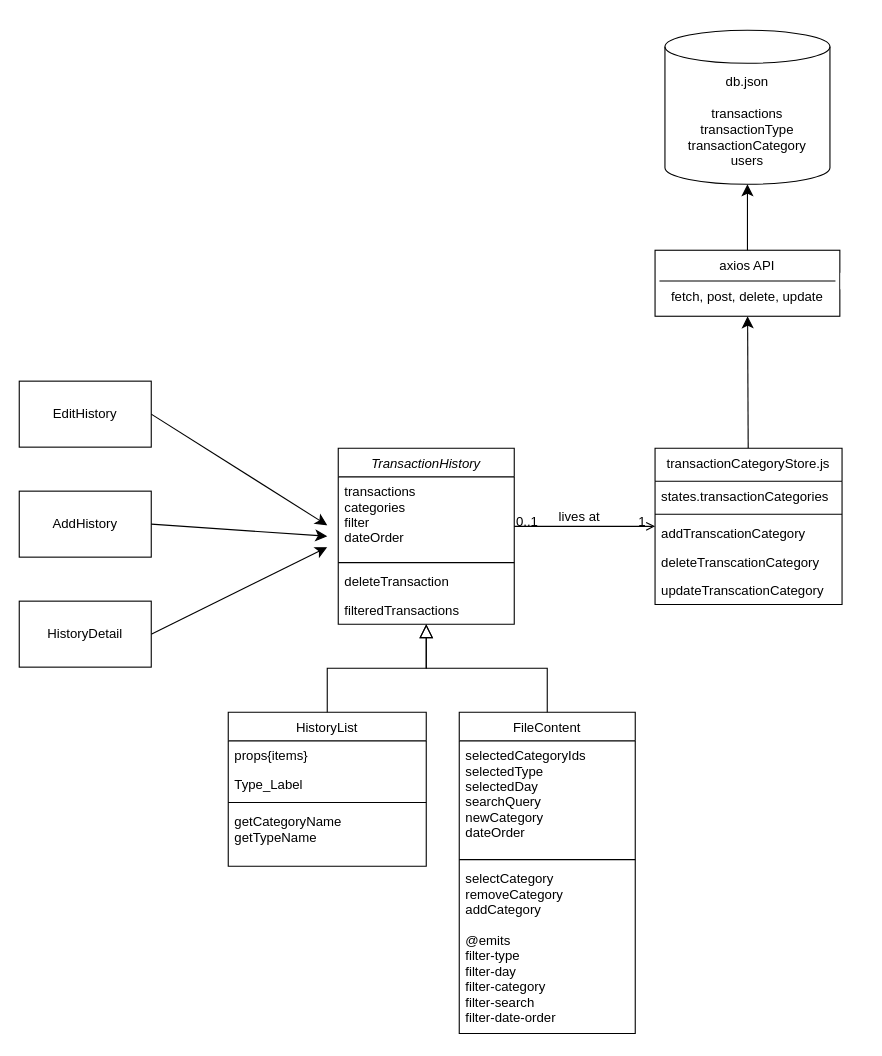
The draw.io diagram src/Untitled Diagram.drawio in Ahranah/vue-skeleton, before the edit. Source tidied: cells renumbered, new cells numbered last; positions are measured from the earlier drawing's top-left corner, leaving out a move shared by most shapes. Both pictures are drawn from the tidied source at 110%, with x=0, y=0 at pixel (19, 30).
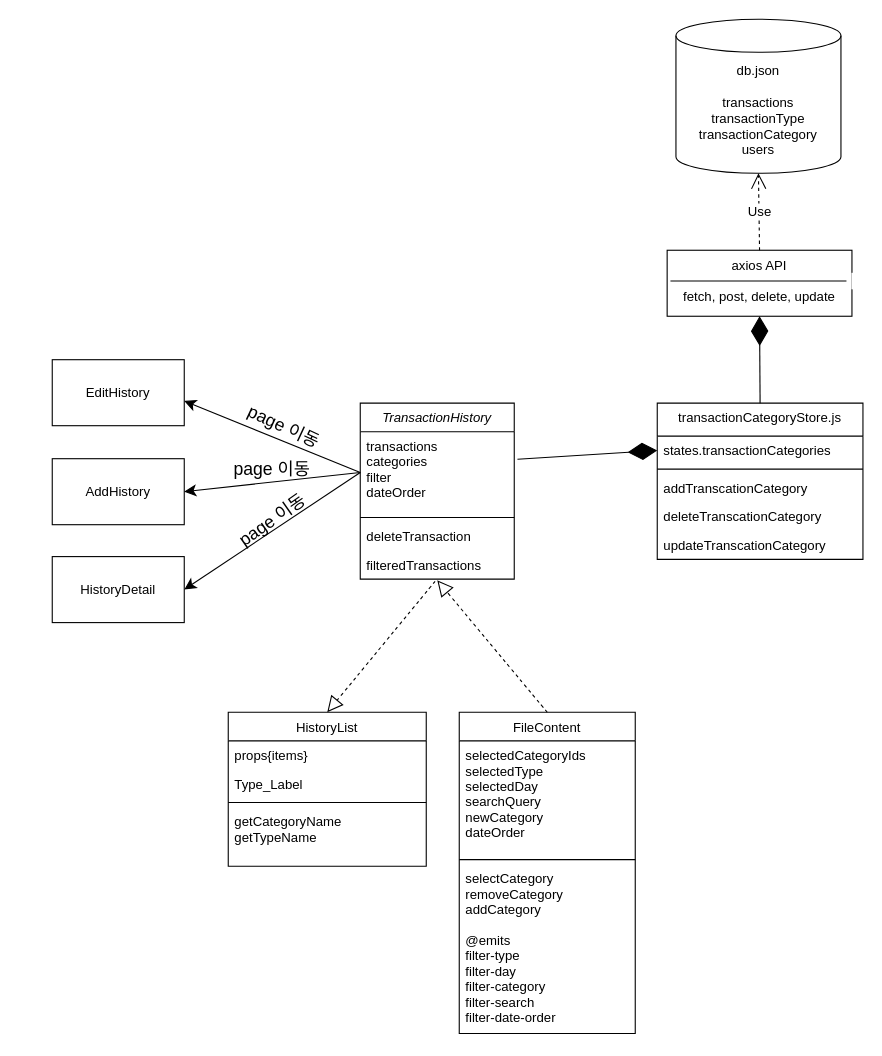
The same diagram, later.

The change refers to these unchanged cells:
```xml
<mxCell id="7" value="HistoryList" style="swimlane;fontStyle=0;align=center;verticalAlign=top;horizontal=1;startSize=26;rounded=0;shadow=0;strokeWidth=1;" parent="1" vertex="1">
  <mxGeometry x="190" y="620" width="180" height="140" as="geometry" />
</mxCell>
<mxCell id="13" value="FileContent" style="swimlane;fontStyle=0;align=center;verticalAlign=top;horizontal=1;startSize=26;rounded=0;shadow=0;strokeWidth=1;" parent="1" vertex="1">
  <mxGeometry x="400" y="620" width="160" height="292" as="geometry" />
</mxCell>
```

Diff of the diagram source:
```diff
@@
     <mxCell id="2" value="TransactionHistory" style="swimlane;fontStyle=2;align=center;verticalAlign=top;horizontal=1;startSize=26;rounded=0;shadow=0;strokeWidth=1;" parent="1" vertex="1">
-      <mxGeometry x="290" y="380" width="160" height="160" as="geometry" />
+      <mxGeometry x="310" y="339" width="140" height="160" as="geometry" />
     </mxCell>
     <mxCell id="3" value="transactions&#10;categories&#10;filter&#10;dateOrder" style="text;align=left;verticalAlign=top;spacingLeft=4;spacingRight=4;overflow=hidden;points=[[0,0.5],[1,0.5]];portConstraint=eastwest;" parent="2" vertex="1">
-      <mxGeometry y="26" width="160" height="74" as="geometry" />
+      <mxGeometry y="26" width="140" height="74" as="geometry" />
     </mxCell>
     <mxCell id="4" style="line;html=1;strokeWidth=1;align=left;verticalAlign=middle;spacingTop=-1;spacingLeft=3;spacingRight=3;labelPosition=right;" parent="2" vertex="1">
-      <mxGeometry y="100" width="160" height="8" as="geometry" />
+      <mxGeometry y="100" width="140" height="8" as="geometry" />
     </mxCell>
     <mxCell id="5" value="deleteTransaction" style="text;align=left;verticalAlign=top;spacingLeft=4;spacingRight=4;overflow=hidden;rounded=0;shadow=0;html=0;" parent="2" vertex="1">
-      <mxGeometry y="108" width="160" height="26" as="geometry" />
+      <mxGeometry y="108" width="140" height="26" as="geometry" />
     </mxCell>
     <mxCell id="6" value="filteredTransactions" style="text;align=left;verticalAlign=top;spacingLeft=4;spacingRight=4;overflow=hidden;points=[[0,0.5],[1,0.5]];portConstraint=eastwest;" parent="2" vertex="1">
-      <mxGeometry y="134" width="160" height="26" as="geometry" />
+      <mxGeometry y="134" width="140" height="26" as="geometry" />
     </mxCell>
@@
-    <mxCell id="12" style="endArrow=block;endSize=10;endFill=0;shadow=0;strokeWidth=1;rounded=0;curved=0;edgeStyle=elbowEdgeStyle;elbow=vertical;" parent="1" edge="1" source="7" target="2">
-      <mxGeometry relative="1" as="geometry" />
-    </mxCell>
@@
-    <mxCell id="17" style="endArrow=block;endSize=10;endFill=0;shadow=0;strokeWidth=1;rounded=0;curved=0;edgeStyle=elbowEdgeStyle;elbow=vertical;" parent="1" edge="1" source="13" target="2">
-      <mxGeometry relative="1" as="geometry" />
-    </mxCell>
-    <mxCell id="18" style="edgeStyle=none;curved=1;rounded=0;jettySize=auto;html=1;fontSize=12;startSize=8;endSize=8;" parent="1" edge="1" source="19" target="29">
-      <mxGeometry relative="1" as="geometry" />
-    </mxCell>
     <mxCell id="19" value="transactionCategoryStore.js" style="swimlane;fontStyle=0;align=center;verticalAlign=top;horizontal=1;startSize=30;rounded=0;shadow=0;strokeWidth=1;" parent="1" vertex="1">
-      <mxGeometry x="578" y="380" width="170" height="142" as="geometry" />
+      <mxGeometry x="580" y="339" width="187" height="142" as="geometry" />
     </mxCell>
     <mxCell id="20" value="states.transactionCategories" style="text;align=left;verticalAlign=top;spacingLeft=4;spacingRight=4;overflow=hidden;points=[[0,0.5],[1,0.5]];portConstraint=eastwest;" parent="19" vertex="1">
-      <mxGeometry y="30" width="170" height="26" as="geometry" />
+      <mxGeometry y="30" width="187" height="26" as="geometry" />
     </mxCell>
     <mxCell id="21" style="line;html=1;strokeWidth=1;align=left;verticalAlign=middle;spacingTop=-1;spacingLeft=3;spacingRight=3;labelPosition=right;" parent="19" vertex="1">
-      <mxGeometry y="56" width="170" height="8" as="geometry" />
+      <mxGeometry y="56" width="187" height="8" as="geometry" />
     </mxCell>
     <mxCell id="22" value="addTranscationCategory" style="text;align=left;verticalAlign=top;spacingLeft=4;spacingRight=4;overflow=hidden;rounded=0;shadow=0;html=0;" parent="19" vertex="1">
-      <mxGeometry y="64" width="170" height="26" as="geometry" />
+      <mxGeometry y="64" width="187" height="26" as="geometry" />
     </mxCell>
     <mxCell id="23" value="deleteTranscationCategory" style="text;align=left;verticalAlign=top;spacingLeft=4;spacingRight=4;overflow=hidden;rounded=0;shadow=0;html=0;" parent="19" vertex="1">
-      <mxGeometry y="90" width="170" height="26" as="geometry" />
+      <mxGeometry y="90" width="187" height="26" as="geometry" />
     </mxCell>
     <mxCell id="24" value="updateTranscationCategory" style="text;align=left;verticalAlign=top;spacingLeft=4;spacingRight=4;overflow=hidden;rounded=0;shadow=0;html=0;" parent="19" vertex="1">
-      <mxGeometry y="116" width="170" height="26" as="geometry" />
+      <mxGeometry y="116" width="187" height="26" as="geometry" />
     </mxCell>
-    <mxCell id="25" style="endArrow=open;shadow=0;strokeWidth=1;rounded=0;curved=0;endFill=1;edgeStyle=elbowEdgeStyle;elbow=vertical;" parent="1" edge="1" source="2" target="19">
-      <mxGeometry x="0.5" y="41" relative="1" as="geometry">
-        <mxPoint x="-40" y="32" as="offset" />
-      </mxGeometry>
-    </mxCell>
-    <mxCell id="26" value="0..1" style="align=left;verticalAlign=bottom;labelBackgroundColor=none;fontSize=12;" parent="25" vertex="1">
-      <mxGeometry x="-1" relative="1" as="geometry">
-        <mxPoint y="4" as="offset" />
-      </mxGeometry>
-    </mxCell>
-    <mxCell id="27" value="1" style="align=right;verticalAlign=bottom;labelBackgroundColor=none;fontSize=12;" parent="25" vertex="1">
-      <mxGeometry x="1" relative="1" as="geometry">
-        <mxPoint x="-7" y="4" as="offset" />
-      </mxGeometry>
-    </mxCell>
-    <mxCell id="28" value="lives at" style="text;html=1;align=center;verticalAlign=middle;labelBackgroundColor=none;rounded=0;shadow=0;strokeWidth=1;fontSize=12;" parent="25" vertex="1">
-      <mxGeometry x="0.5" y="49" relative="1" as="geometry">
-        <mxPoint x="-38" y="40" as="offset" />
-      </mxGeometry>
-    </mxCell>
     <mxCell id="29" value="axios API&lt;div&gt;&lt;br&gt;&lt;div&gt;fetch, post, delete, update&lt;/div&gt;&lt;/div&gt;" style="whiteSpace=wrap;html=1;verticalAlign=top;fontStyle=0;startSize=26;horizontal=1;rounded=0;shadow=0;strokeWidth=1;" parent="1" vertex="1">
-      <mxGeometry x="578" y="200" width="168" height="60" as="geometry" />
+      <mxGeometry x="589" y="200" width="168" height="60" as="geometry" />
     </mxCell>
     <mxCell id="30" value="AddHistory" style="rounded=0;whiteSpace=wrap;html=1;" parent="1" vertex="1">
-      <mxGeometry y="419" width="120" height="60" as="geometry" />
+      <mxGeometry x="30" y="389.5" width="120" height="60" as="geometry" />
     </mxCell>
     <mxCell id="31" value="EditHistory" style="rounded=0;whiteSpace=wrap;html=1;" parent="1" vertex="1">
-      <mxGeometry y="319" width="120" height="60" as="geometry" />
+      <mxGeometry x="30" y="299.5" width="120" height="60" as="geometry" />
     </mxCell>
-    <mxCell id="32" style="edgeStyle=none;curved=1;rounded=0;jettySize=auto;html=1;exitX=1;exitY=0.5;exitDx=0;exitDy=0;fontSize=12;startSize=8;endSize=8;" parent="1" edge="1" source="33">
-      <mxGeometry relative="1" as="geometry">
-        <mxPoint x="280" y="470" as="targetPoint" />
-      </mxGeometry>
-    </mxCell>
     <mxCell id="33" value="HistoryDetail" style="rounded=0;whiteSpace=wrap;html=1;" parent="1" vertex="1">
-      <mxGeometry y="519" width="120" height="60" as="geometry" />
+      <mxGeometry x="30" y="478.5" width="120" height="60" as="geometry" />
     </mxCell>
-    <mxCell id="34" style="edgeStyle=none;curved=1;rounded=0;jettySize=auto;html=1;exitX=1;exitY=0.5;exitDx=0;exitDy=0;fontSize=12;startSize=8;endSize=8;" parent="1" edge="1" source="31">
-      <mxGeometry relative="1" as="geometry">
-        <mxPoint x="280" y="450" as="targetPoint" />
-      </mxGeometry>
-    </mxCell>
-    <mxCell id="35" style="edgeStyle=none;curved=1;rounded=0;jettySize=auto;html=1;exitX=1;exitY=0.5;exitDx=0;exitDy=0;fontSize=12;startSize=8;endSize=8;" parent="1" edge="1" source="30">
-      <mxGeometry relative="1" as="geometry">
-        <mxPoint x="280" y="460" as="targetPoint" />
-      </mxGeometry>
-    </mxCell>
     <mxCell id="36" value="&amp;nbsp;" style="line;html=1;strokeWidth=1;align=left;verticalAlign=middle;spacingTop=-1;spacingLeft=3;spacingRight=3;labelPosition=right;" parent="1" vertex="1">
-      <mxGeometry x="582" y="224" width="160" height="8" as="geometry" />
+      <mxGeometry x="592" y="224" width="160" height="8" as="geometry" />
     </mxCell>
     <mxCell id="37" value="db.json&lt;div&gt;&lt;br&gt;&lt;/div&gt;&lt;div&gt;transactions&lt;/div&gt;&lt;div&gt;transactionType&lt;/div&gt;&lt;div&gt;transactionCategory&lt;/div&gt;&lt;div&gt;users&lt;/div&gt;" style="shape=cylinder3;whiteSpace=wrap;html=1;boundedLbl=1;backgroundOutline=1;size=15;" parent="1" vertex="1">
-      <mxGeometry x="587" width="150" height="140" as="geometry" />
+      <mxGeometry x="597" y="-10" width="150" height="140" as="geometry" />
     </mxCell>
+    <mxCell id="39" style="edgeStyle=none;curved=1;rounded=0;jettySize=auto;html=1;exitX=0;exitY=0.5;exitDx=0;exitDy=0;entryX=1;entryY=0.5;entryDx=0;entryDy=0;fontSize=12;startSize=8;endSize=8;" parent="1" edge="1" source="3" target="30">
+      <mxGeometry relative="1" as="geometry" />
+    </mxCell>
+    <mxCell id="40" style="edgeStyle=none;curved=1;rounded=0;jettySize=auto;html=1;exitX=0;exitY=0.5;exitDx=0;exitDy=0;entryX=1;entryY=0.625;entryDx=0;entryDy=0;entryPerimeter=0;fontSize=12;startSize=8;endSize=8;" parent="1" edge="1" source="3" target="31">
+      <mxGeometry relative="1" as="geometry" />
+    </mxCell>
+    <mxCell id="41" style="edgeStyle=none;curved=1;rounded=0;jettySize=auto;html=1;exitX=0;exitY=0.5;exitDx=0;exitDy=0;entryX=1;entryY=0.5;entryDx=0;entryDy=0;fontSize=12;startSize=8;endSize=8;" parent="1" edge="1" source="3" target="33">
+      <mxGeometry relative="1" as="geometry" />
+    </mxCell>
+    <mxCell id="42" style="endArrow=block;dashed=1;endFill=0;endSize=12;html=1;rounded=0;fontSize=12;curved=1;exitX=0.5;exitY=0;exitDx=0;exitDy=0;" parent="1" edge="1" source="13">
+      <mxGeometry relative="1" as="geometry">
+        <mxPoint x="380" y="500" as="targetPoint" />
+      </mxGeometry>
+    </mxCell>
+    <mxCell id="43" style="endArrow=block;dashed=1;endFill=0;endSize=12;html=1;rounded=0;fontSize=12;curved=1;entryX=0.5;entryY=0;entryDx=0;entryDy=0;exitX=0.486;exitY=1.077;exitDx=0;exitDy=0;exitPerimeter=0;" parent="1" edge="1" source="6" target="7">
+      <mxGeometry relative="1" as="geometry" />
+    </mxCell>
-    <mxCell id="38" style="edgeStyle=none;curved=1;rounded=0;jettySize=auto;html=1;exitX=0.5;exitY=0;exitDx=0;exitDy=0;entryX=0.5;entryY=1;entryDx=0;entryDy=0;entryPerimeter=0;fontSize=12;startSize=8;endSize=8;" parent="1" edge="1" source="29" target="37">
+    <mxCell id="38" value="Use" style="endArrow=open;endSize=12;dashed=1;html=1;rounded=0;fontSize=12;curved=1;exitX=0.5;exitY=0;exitDx=0;exitDy=0;entryX=0.5;entryY=1;entryDx=0;entryDy=0;entryPerimeter=0;" parent="1" edge="1" source="29" target="37">
       <mxGeometry relative="1" as="geometry" />
     </mxCell>
+    <mxCell id="18" style="endArrow=diamondThin;endFill=1;endSize=24;html=1;rounded=0;fontSize=12;curved=1;exitX=0.5;exitY=0;exitDx=0;exitDy=0;entryX=0.5;entryY=1;entryDx=0;entryDy=0;" parent="1" edge="1" source="19" target="29">
+      <mxGeometry relative="1" as="geometry" />
+    </mxCell>
+    <mxCell id="44" style="endArrow=diamondThin;endFill=1;endSize=24;html=1;rounded=0;fontSize=12;curved=1;entryX=0;entryY=0.5;entryDx=0;entryDy=0;exitX=1.021;exitY=0.338;exitDx=0;exitDy=0;exitPerimeter=0;" parent="1" edge="1" source="3" target="20">
+      <mxGeometry relative="1" as="geometry" />
+    </mxCell>
+    <mxCell id="45" value="page 이동" style="text;strokeColor=none;fillColor=none;html=1;align=center;verticalAlign=middle;whiteSpace=wrap;rounded=0;fontSize=16;rotation=0;" parent="1" vertex="1">
+      <mxGeometry x="190" y="384" width="80" height="30" as="geometry" />
+    </mxCell>
+    <mxCell id="46" value="page 이동" style="text;strokeColor=none;fillColor=none;html=1;align=center;verticalAlign=middle;whiteSpace=wrap;rounded=0;fontSize=16;rotation=-35;" parent="1" vertex="1">
+      <mxGeometry x="190" y="430" width="80" height="30" as="geometry" />
+    </mxCell>
+    <mxCell id="47" value="page 이동" style="text;strokeColor=none;fillColor=none;html=1;align=center;verticalAlign=middle;whiteSpace=wrap;rounded=0;fontSize=16;rotation=25;" parent="1" vertex="1">
+      <mxGeometry x="201" y="345" width="80" height="30" as="geometry" />
+    </mxCell>
```
